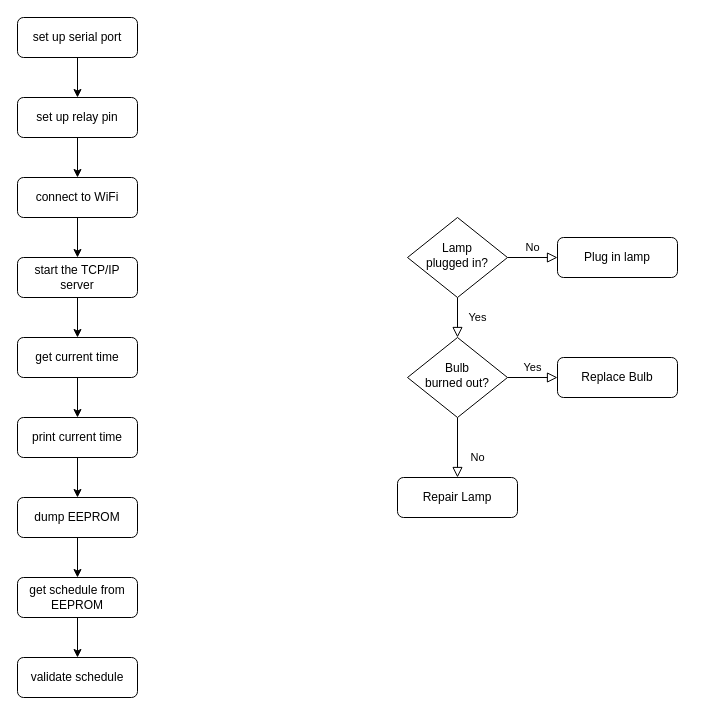
Earlier version of the draw.io diagram docs/raindance-flowchart.drawio (SeaGuy/raindance). Source tidied: cells renumbered, new cells numbered last; positions are measured from the earlier drawing's top-left corner, leaving out a move shared by most shapes. Both pictures are drawn from the tidied source at 100%, with x=0, y=0 at pixel (17, 17).
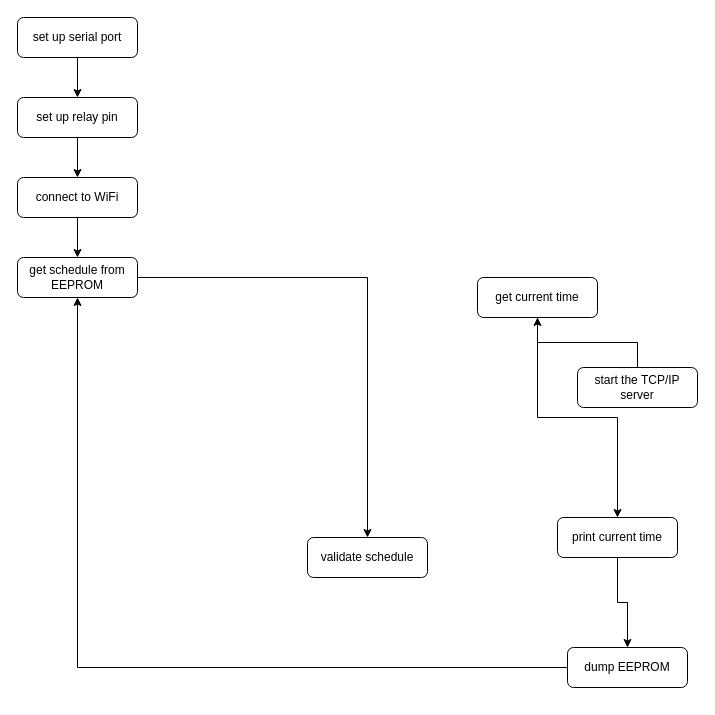
After the change.

Commit message (it also covers changes not shown here):
cleaned up setup()

The change refers to these unchanged cells:
```xml
<mxCell id="16" value="connect to WiFi" style="rounded=1;whiteSpace=wrap;html=1;fontSize=12;glass=0;strokeWidth=1;shadow=0;" parent="1" vertex="1">
  <mxGeometry y="160" width="120" height="40" as="geometry" />
</mxCell>
```

The edit, as a diff of the source:
```diff
@@
-    <mxCell id="4" value="Yes" style="rounded=0;html=1;jettySize=auto;fontSize=11;endArrow=block;endFill=0;endSize=8;strokeWidth=1;shadow=0;labelBackgroundColor=none;edgeStyle=orthogonalEdgeStyle;" parent="1" edge="1" source="6" target="10">
-      <mxGeometry y="20" relative="1" as="geometry" />
-    </mxCell>
-    <mxCell id="5" value="No" style="edgeStyle=orthogonalEdgeStyle;rounded=0;html=1;jettySize=auto;fontSize=11;endArrow=block;endFill=0;endSize=8;strokeWidth=1;shadow=0;labelBackgroundColor=none;" parent="1" edge="1" source="6" target="7">
-      <mxGeometry y="10" relative="1" as="geometry" />
-    </mxCell>
-    <mxCell id="6" value="Lamp&lt;br&gt;plugged in?" style="rhombus;whiteSpace=wrap;html=1;shadow=0;fontFamily=Helvetica;fontSize=12;align=center;strokeWidth=1;spacing=6;spacingTop=-4;" parent="1" vertex="1">
-      <mxGeometry x="390" y="200" width="100" height="80" as="geometry" />
-    </mxCell>
-    <mxCell id="7" value="Plug in lamp" style="rounded=1;whiteSpace=wrap;html=1;fontSize=12;glass=0;strokeWidth=1;shadow=0;" parent="1" vertex="1">
-      <mxGeometry x="540" y="220" width="120" height="40" as="geometry" />
-    </mxCell>
-    <mxCell id="8" value="No" style="rounded=0;html=1;jettySize=auto;fontSize=11;endArrow=block;endFill=0;endSize=8;strokeWidth=1;shadow=0;labelBackgroundColor=none;edgeStyle=orthogonalEdgeStyle;" parent="1" edge="1" source="10" target="11">
-      <mxGeometry x="0.33" y="20" relative="1" as="geometry" />
-    </mxCell>
-    <mxCell id="9" value="Yes" style="edgeStyle=orthogonalEdgeStyle;rounded=0;html=1;jettySize=auto;fontSize=11;endArrow=block;endFill=0;endSize=8;strokeWidth=1;shadow=0;labelBackgroundColor=none;" parent="1" edge="1" source="10" target="12">
-      <mxGeometry y="10" relative="1" as="geometry" />
-    </mxCell>
-    <mxCell id="10" value="Bulb&lt;br&gt;burned out?" style="rhombus;whiteSpace=wrap;html=1;shadow=0;fontFamily=Helvetica;fontSize=12;align=center;strokeWidth=1;spacing=6;spacingTop=-4;" parent="1" vertex="1">
-      <mxGeometry x="390" y="320" width="100" height="80" as="geometry" />
-    </mxCell>
-    <mxCell id="11" value="Repair Lamp" style="rounded=1;whiteSpace=wrap;html=1;fontSize=12;glass=0;strokeWidth=1;shadow=0;" parent="1" vertex="1">
-      <mxGeometry x="380" y="460" width="120" height="40" as="geometry" />
-    </mxCell>
-    <mxCell id="12" value="Replace Bulb" style="rounded=1;whiteSpace=wrap;html=1;fontSize=12;glass=0;strokeWidth=1;shadow=0;" parent="1" vertex="1">
-      <mxGeometry x="540" y="340" width="120" height="40" as="geometry" />
-    </mxCell>
@@
-    <mxCell id="15" style="edgeStyle=orthogonalEdgeStyle;rounded=0;jettySize=auto;html=1;" parent="1" edge="1" source="16" target="18">
+    <mxCell id="15" style="edgeStyle=orthogonalEdgeStyle;rounded=0;jettySize=auto;html=1;" parent="1" edge="1" source="16" target="26">
       <mxGeometry relative="1" as="geometry" />
     </mxCell>
@@
     <mxCell id="18" value="start the TCP/IP server" style="rounded=1;whiteSpace=wrap;html=1;fontSize=12;glass=0;strokeWidth=1;shadow=0;" parent="1" vertex="1">
-      <mxGeometry y="240" width="120" height="40" as="geometry" />
+      <mxGeometry x="560" y="350" width="120" height="40" as="geometry" />
     </mxCell>
@@
     <mxCell id="20" value="get current time" style="rounded=1;whiteSpace=wrap;html=1;fontSize=12;glass=0;strokeWidth=1;shadow=0;" parent="1" vertex="1">
-      <mxGeometry y="320" width="120" height="40" as="geometry" />
+      <mxGeometry x="460" y="260" width="120" height="40" as="geometry" />
     </mxCell>
@@
     <mxCell id="22" value="print current time" style="rounded=1;whiteSpace=wrap;html=1;fontSize=12;glass=0;strokeWidth=1;shadow=0;" parent="1" vertex="1">
-      <mxGeometry y="400" width="120" height="40" as="geometry" />
+      <mxGeometry x="540" y="500" width="120" height="40" as="geometry" />
     </mxCell>
@@
     <mxCell id="24" value="dump EEPROM" style="rounded=1;whiteSpace=wrap;html=1;fontSize=12;glass=0;strokeWidth=1;shadow=0;" parent="1" vertex="1">
-      <mxGeometry y="480" width="120" height="40" as="geometry" />
+      <mxGeometry x="550" y="630" width="120" height="40" as="geometry" />
     </mxCell>
@@
     <mxCell id="26" value="get schedule from EEPROM" style="rounded=1;whiteSpace=wrap;html=1;fontSize=12;glass=0;strokeWidth=1;shadow=0;" parent="1" vertex="1">
-      <mxGeometry y="560" width="120" height="40" as="geometry" />
+      <mxGeometry y="240" width="120" height="40" as="geometry" />
     </mxCell>
     <mxCell id="27" value="validate schedule" style="rounded=1;whiteSpace=wrap;html=1;fontSize=12;glass=0;strokeWidth=1;shadow=0;" parent="1" vertex="1">
-      <mxGeometry y="640" width="120" height="40" as="geometry" />
+      <mxGeometry x="290" y="520" width="120" height="40" as="geometry" />
     </mxCell>
```
